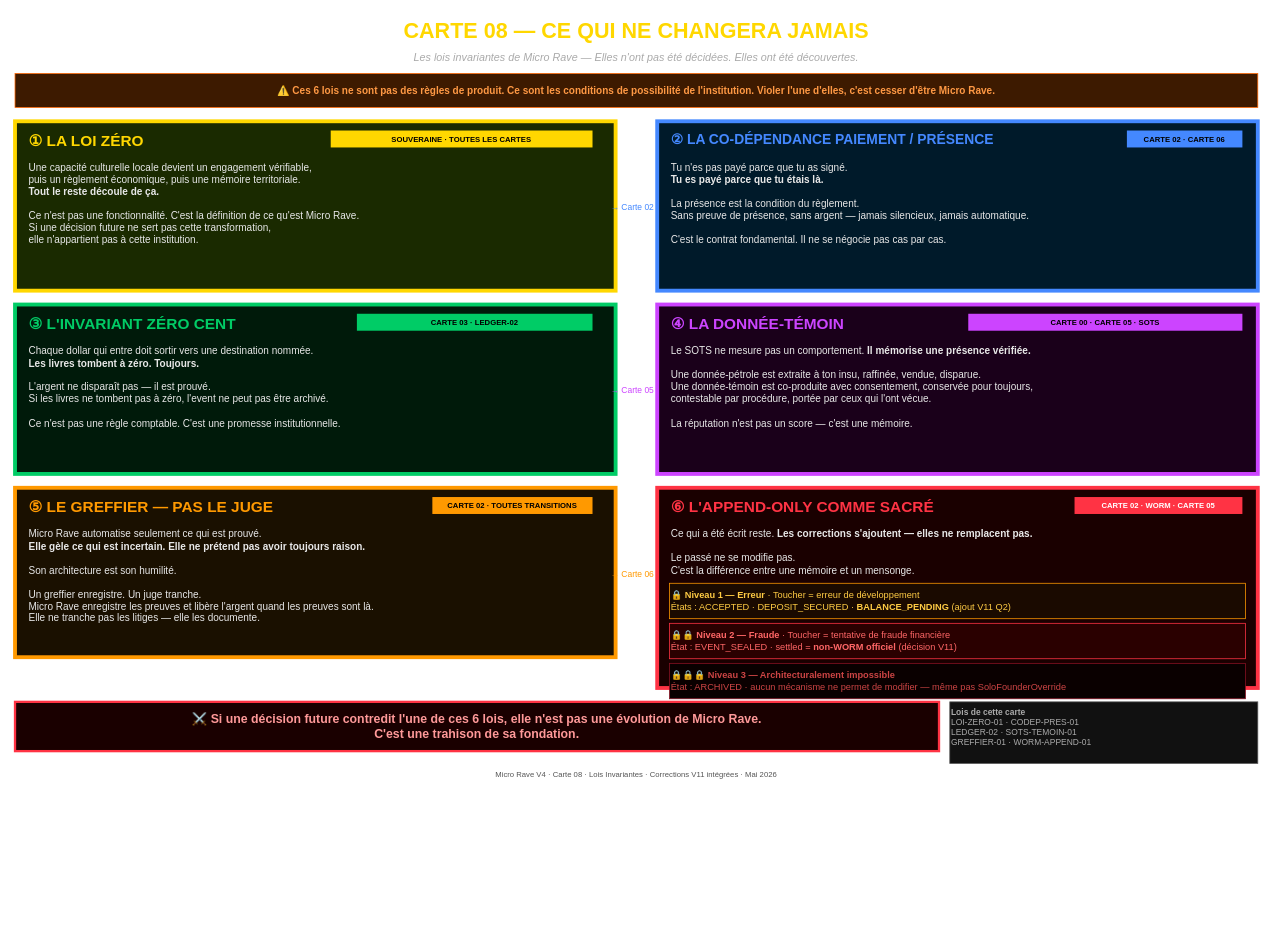
The draw.io diagram docs/cartes/microrave_v4_08_lois_invariantes.drawio in reseau-spec/microrave-v3, before the edit. Source tidied: cells renumbered, new cells numbered last; positions are measured from the earlier drawing's top-left corner, leaving out a move shared by most shapes. Both pictures are drawn from the tidied source at 77%, with x=0, y=0 at pixel (15, 13).
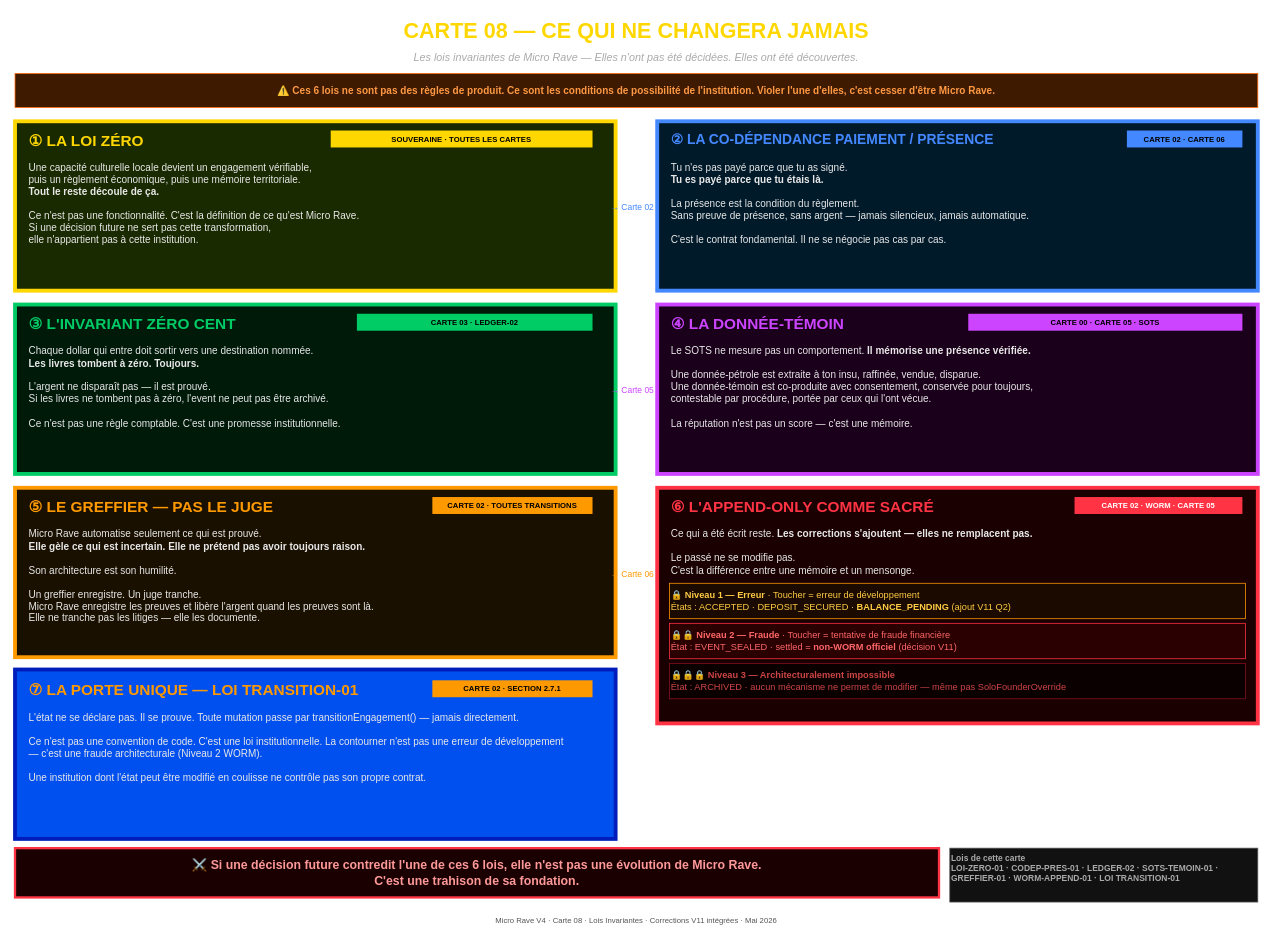
The same diagram, later.

Commit message (it also covers changes not shown here):
Feat  LA PORTE UNIQUE — LOI TRANSITION

The edit, as a diff of the source:
```diff
@@
     <mxCell id="25" style="rounded=12;whiteSpace=wrap;html=1;fillColor=#1a0000;strokeColor=#FF3344;strokeWidth=5;" parent="1" vertex="1">
-      <mxGeometry x="834" y="616" width="780" height="260" as="geometry" />
+      <mxGeometry x="834" y="616" width="780" height="306" as="geometry" />
     </mxCell>
@@
     <mxCell id="32" value="&lt;b&gt;⚔️ Si une décision future contredit l'une de ces 6 lois, elle n'est pas une évolution de Micro Rave.&lt;br&gt;C'est une trahison de sa fondation.&lt;/b&gt;" style="rounded=8;whiteSpace=wrap;html=1;fillColor=#1a0000;strokeColor=#FF3344;strokeWidth=3;fontSize=16;fontColor=#FF9999;align=center;verticalAlign=middle;fontStyle=1;" parent="1" vertex="1">
-      <mxGeometry y="894" width="1200" height="64" as="geometry" />
+      <mxGeometry y="1084" width="1200" height="64" as="geometry" />
     </mxCell>
-    <mxCell id="33" value="&lt;b&gt;Lois de cette carte&lt;/b&gt;&lt;br&gt;LOI-ZERO-01 · CODEP-PRES-01&lt;br&gt;LEDGER-02 · SOTS-TEMOIN-01&lt;br&gt;GREFFIER-01 · WORM-APPEND-01" style="rounded=8;whiteSpace=wrap;html=1;fillColor=#111111;strokeColor=#555555;fontSize=11;fontColor=#aaaaaa;align=left;verticalAlign=top;" parent="1" vertex="1">
-      <mxGeometry x="1214" y="894" width="400" height="80" as="geometry" />
+    <mxCell id="33" value="&lt;b&gt;Lois de cette carte&lt;/b&gt;&lt;br&gt;&lt;div style=&quot;&quot;&gt;&lt;b&gt;LOI-ZERO-01 · CODEP-PRES-01 · LEDGER-02 · SOTS-TEMOIN-01 · GREFFIER-01 · WORM-APPEND-01 · LOI TRANSITION-01&lt;/b&gt;&lt;/div&gt;" style="rounded=8;whiteSpace=wrap;html=1;fillColor=#111111;strokeColor=#555555;fontSize=11;fontColor=#aaaaaa;align=left;verticalAlign=top;" parent="1" vertex="1">
+      <mxGeometry x="1214" y="1084" width="400" height="70" as="geometry" />
     </mxCell>
     <mxCell id="34" value="Micro Rave V4 · Carte 08 · Lois Invariantes · Corrections V11 intégrées · Mai 2026" style="text;html=1;strokeColor=none;fillColor=none;align=center;verticalAlign=middle;whiteSpace=wrap;rounded=0;fontSize=10;fontColor=#555555;" parent="1" vertex="1">
-      <mxGeometry y="978" width="1614" height="20" as="geometry" />
+      <mxGeometry y="1168" width="1614" height="20" as="geometry" />
     </mxCell>
@@
+    <mxCell id="38" style="rounded=12;whiteSpace=wrap;html=1;fillColor=light-dark(#0050EF,#CCFFFF);strokeColor=#001DBC;strokeWidth=5;fontColor=#ffffff;" parent="1" vertex="1">
+      <mxGeometry y="852" width="780" height="220" as="geometry" />
+    </mxCell>
+    <mxCell id="39" value="&lt;div&gt;&lt;font&gt;⑦ LA PORTE UNIQUE — LOI TRANSITION-01&lt;/font&gt;&lt;/div&gt;" style="text;html=1;strokeColor=none;fillColor=none;align=left;verticalAlign=middle;whiteSpace=wrap;rounded=0;fontSize=20;fontColor=light-dark(#FF9900, #001194);fontStyle=1;" parent="1" vertex="1">
+      <mxGeometry x="16" y="862" width="520" height="32" as="geometry" />
+    </mxCell>
+    <mxCell id="40" value="CARTE 02 · SECTION 2.7.1" style="rounded=4;whiteSpace=wrap;html=1;fillColor=light-dark(#FF9900,#000099);strokeColor=none;fontSize=10;fontColor=#000000;fontStyle=1;align=center;" parent="1" vertex="1">
+      <mxGeometry x="542" y="866" width="208" height="22" as="geometry" />
+    </mxCell>
+    <mxCell id="41" value="&lt;div&gt;L'état ne se déclare pas. Il se prouve. Toute mutation passe par transitionEngagement() — jamais directement.&lt;/div&gt;&lt;div&gt;&lt;br&gt;&lt;/div&gt;&lt;div&gt;Ce n'est pas une convention de code. C'est une loi institutionnelle. La contourner n'est pas une erreur de développement — c'est une fraude architecturale (Niveau 2 WORM).&lt;/div&gt;&lt;div&gt;&lt;br&gt;&lt;/div&gt;&lt;div&gt;Une institution dont l'état peut être modifié en coulisse ne contrôle pas son propre contrat.&lt;/div&gt;&lt;div&gt;&lt;br&gt;&lt;/div&gt;" style="text;html=1;strokeColor=none;fillColor=none;align=left;verticalAlign=top;whiteSpace=wrap;rounded=0;fontSize=13;fontColor=#e8e8e8;" parent="1" vertex="1">
+      <mxGeometry x="16" y="900" width="704" height="158" as="geometry" />
+    </mxCell>
```
